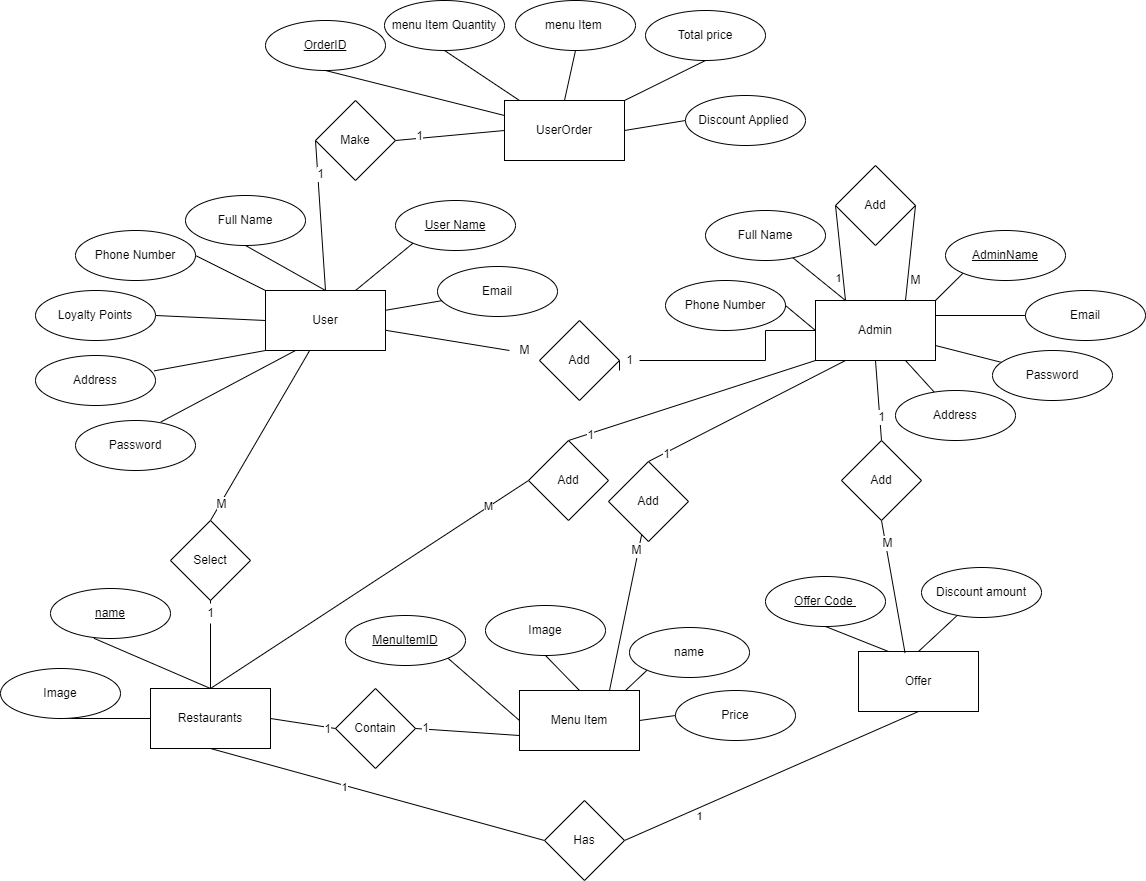
Earlier version of the draw.io export Definition/Design/High-Level/F_ERD.png (Aml-Nasser/QA_Foodies). Source tidied: cells renumbered, new cells last; positions are measured from the earlier drawing's top-left corner, leaving out a move shared by most shapes.
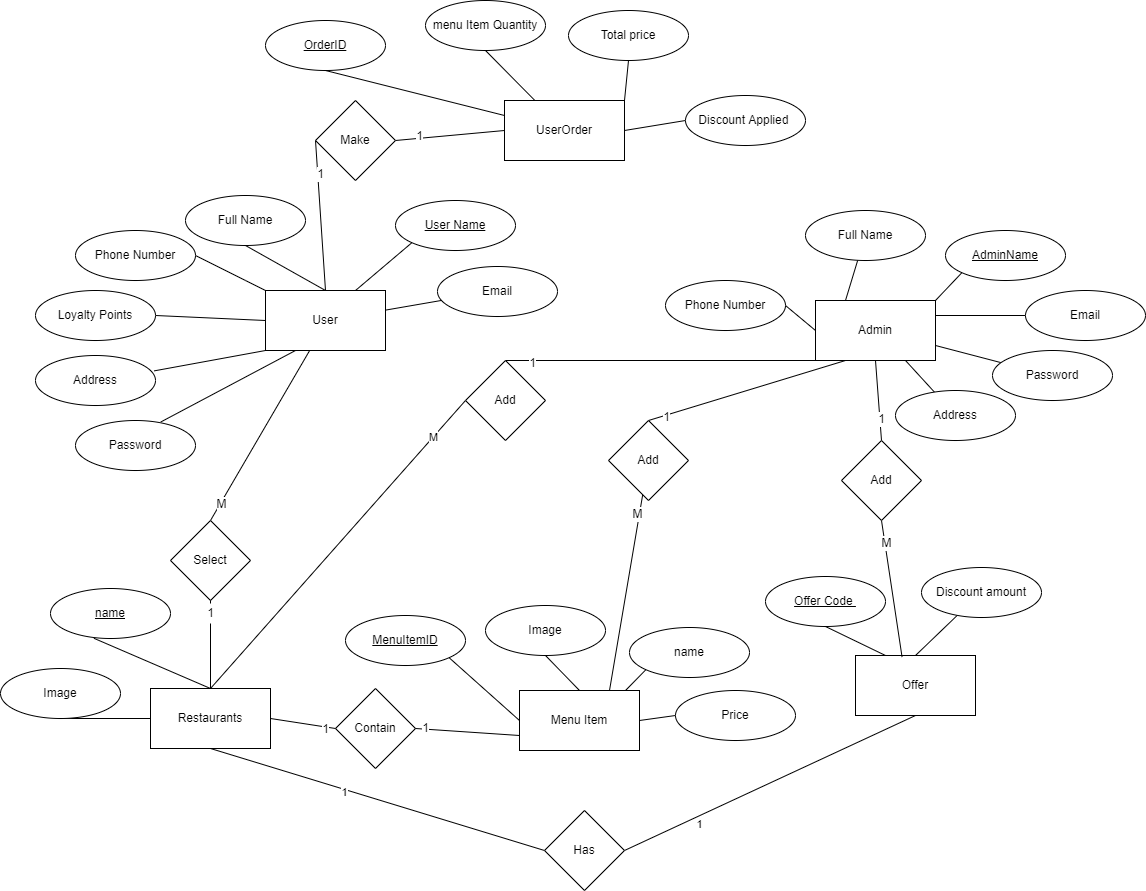
The same diagram one commit later.

The edit, as a diff of the source:
```diff
@@ -65,7 +65,7 @@
       <mxGeometry relative="1" as="geometry" />
     </mxCell>
     <mxCell id="20" value="Offer" style="rounded=0;whiteSpace=wrap;html=1;" parent="1" vertex="1">
-      <mxGeometry x="858" y="651" width="120" height="60" as="geometry" />
+      <mxGeometry x="855" y="655" width="120" height="60" as="geometry" />
     </mxCell>
     <mxCell id="21" value="Full Name" style="ellipse;whiteSpace=wrap;html=1;" parent="1" vertex="1">
       <mxGeometry x="185" y="195" width="120" height="50" as="geometry" />
@@ -113,7 +113,7 @@
       <mxGeometry x="815" y="300" width="120" height="60" as="geometry" />
     </mxCell>
     <mxCell id="36" value="Full Name" style="ellipse;whiteSpace=wrap;html=1;" parent="1" vertex="1">
-      <mxGeometry x="705" y="210" width="120" height="50" as="geometry" />
+      <mxGeometry x="805" y="210" width="120" height="50" as="geometry" />
     </mxCell>
     <mxCell id="37" value="&lt;u&gt;AdminName&lt;/u&gt;" style="ellipse;whiteSpace=wrap;html=1;" parent="1" vertex="1">
       <mxGeometry x="945" y="230" width="120" height="50" as="geometry" />
@@ -148,21 +148,6 @@
     <mxCell id="47" value="Discount amount" style="ellipse;whiteSpace=wrap;html=1;" parent="1" vertex="1">
       <mxGeometry x="921" y="567" width="120" height="50" as="geometry" />
     </mxCell>
-    <mxCell id="48" style="edgeStyle=orthogonalEdgeStyle;rounded=0;jettySize=auto;html=1;entryX=0;entryY=0.75;entryDx=0;entryDy=0;endArrow=none;endFill=0;exitX=1;exitY=0.5;exitDx=0;exitDy=0;startArrow=none;" parent="1" edge="1" source="94" target="35">
-      <mxGeometry relative="1" as="geometry">
-        <Array as="points">
-          <mxPoint x="765" y="360" />
-          <mxPoint x="765" y="330" />
-          <mxPoint x="815" y="330" />
-        </Array>
-      </mxGeometry>
-    </mxCell>
-    <mxCell id="49" style="rounded=0;jettySize=auto;html=1;endArrow=none;endFill=0;exitX=0;exitY=0.5;exitDx=0;exitDy=0;startArrow=none;" parent="1" edge="1" source="92" target="13">
-      <mxGeometry relative="1" as="geometry" />
-    </mxCell>
-    <mxCell id="50" value="Add" style="rhombus;whiteSpace=wrap;html=1;" parent="1" vertex="1">
-      <mxGeometry x="539" y="320" width="80" height="80" as="geometry" />
-    </mxCell>
     <mxCell id="51" style="edgeStyle=none;rounded=0;jettySize=auto;html=1;exitX=0.5;exitY=0;exitDx=0;exitDy=0;entryX=0.5;entryY=1;entryDx=0;entryDy=0;endArrow=none;endFill=0;" parent="1" edge="1" source="54" target="56">
       <mxGeometry relative="1" as="geometry" />
     </mxCell>
@@ -189,20 +174,6 @@
     <mxCell id="58" value="Select" style="rhombus;whiteSpace=wrap;html=1;" parent="1" vertex="1">
       <mxGeometry x="170" y="520" width="80" height="80" as="geometry" />
     </mxCell>
-    <mxCell id="59" style="edgeStyle=none;rounded=0;jettySize=auto;html=1;exitX=0;exitY=0.5;exitDx=0;exitDy=0;entryX=0.25;entryY=0;entryDx=0;entryDy=0;endArrow=none;endFill=0;" parent="1" edge="1" source="62" target="35">
-      <mxGeometry relative="1" as="geometry" />
-    </mxCell>
-    <mxCell id="60" value="1" style="edgeLabel;html=1;align=center;verticalAlign=middle;" parent="59" vertex="1">
-      <mxGeometry x="0.55" y="-6" relative="1" as="geometry">
-        <mxPoint y="-1" as="offset" />
-      </mxGeometry>
-    </mxCell>
-    <mxCell id="61" style="edgeStyle=none;rounded=0;jettySize=auto;html=1;exitX=1;exitY=0.5;exitDx=0;exitDy=0;endArrow=none;endFill=0;entryX=0.75;entryY=0;entryDx=0;entryDy=0;" parent="1" edge="1" source="62" target="35">
-      <mxGeometry relative="1" as="geometry" />
-    </mxCell>
-    <mxCell id="62" value="Add" style="rhombus;whiteSpace=wrap;html=1;" parent="1" vertex="1">
-      <mxGeometry x="835" y="165" width="80" height="80" as="geometry" />
-    </mxCell>
     <mxCell id="63" style="edgeStyle=none;rounded=0;jettySize=auto;html=1;exitX=0.5;exitY=1;exitDx=0;exitDy=0;endArrow=none;endFill=0;entryX=0.388;entryY=0.026;entryDx=0;entryDy=0;entryPerimeter=0;" parent="1" edge="1" source="65" target="20">
       <mxGeometry relative="1" as="geometry" />
     </mxCell>
@@ -237,11 +208,8 @@
       <mxGeometry x="-0.75" y="-1" relative="1" as="geometry" />
     </mxCell>
     <mxCell id="72" value="Add" style="rhombus;whiteSpace=wrap;html=1;" parent="1" vertex="1">
-      <mxGeometry x="608" y="461" width="80" height="80" as="geometry" />
+      <mxGeometry x="608" y="420" width="80" height="80" as="geometry" />
     </mxCell>
-    <mxCell id="73" style="edgeStyle=none;rounded=0;jettySize=auto;html=1;exitX=0.5;exitY=0;exitDx=0;exitDy=0;entryX=0.5;entryY=1;entryDx=0;entryDy=0;endArrow=none;endFill=0;" parent="1" edge="1" source="76" target="77">
-      <mxGeometry relative="1" as="geometry" />
-    </mxCell>
     <mxCell id="74" style="edgeStyle=none;rounded=0;jettySize=auto;html=1;exitX=1;exitY=0;exitDx=0;exitDy=0;entryX=0.5;entryY=1;entryDx=0;entryDy=0;endArrow=none;endFill=0;" parent="1" edge="1" source="76" target="78">
       <mxGeometry relative="1" as="geometry" />
     </mxCell>
@@ -253,11 +221,8 @@
     <mxCell id="76" value="UserOrder" style="rounded=0;whiteSpace=wrap;html=1;" parent="1" vertex="1">
       <mxGeometry x="504" y="100" width="120" height="60" as="geometry" />
     </mxCell>
-    <mxCell id="77" value="menu Item&amp;nbsp;" style="ellipse;whiteSpace=wrap;html=1;" parent="1" vertex="1">
-      <mxGeometry x="515" width="120" height="50" as="geometry" />
-    </mxCell>
     <mxCell id="78" value="Total price" style="ellipse;whiteSpace=wrap;html=1;" parent="1" vertex="1">
-      <mxGeometry x="645" y="10" width="120" height="50" as="geometry" />
+      <mxGeometry x="568" y="10" width="120" height="50" as="geometry" />
     </mxCell>
     <mxCell id="79" value="Discount Applied&amp;nbsp;" style="ellipse;whiteSpace=wrap;html=1;" parent="1" vertex="1">
       <mxGeometry x="685" y="95" width="120" height="50" as="geometry" />
@@ -275,7 +240,7 @@
       <mxGeometry relative="1" as="geometry" />
     </mxCell>
     <mxCell id="84" value="menu Item Quantity" style="ellipse;whiteSpace=wrap;html=1;" parent="1" vertex="1">
-      <mxGeometry x="384" width="120" height="50" as="geometry" />
+      <mxGeometry x="425" width="120" height="50" as="geometry" />
     </mxCell>
     <mxCell id="85" style="edgeStyle=none;rounded=0;jettySize=auto;html=1;exitX=1;exitY=0.5;exitDx=0;exitDy=0;entryX=0;entryY=0.5;entryDx=0;entryDy=0;endArrow=none;endFill=0;" parent="1" edge="1" source="54" target="86">
       <mxGeometry relative="1" as="geometry" />
@@ -302,27 +267,12 @@
         <mxPoint x="-13" as="offset" />
       </mxGeometry>
     </mxCell>
-    <mxCell id="92" value="M" style="text;html=1;align=center;verticalAlign=middle;points=[];strokeColor=none;fillColor=none;" parent="1" vertex="1">
-      <mxGeometry x="509" y="340" width="30" height="20" as="geometry" />
-    </mxCell>
-    <mxCell id="93" style="rounded=0;jettySize=auto;html=1;endArrow=none;endFill=0;exitX=0;exitY=0.5;exitDx=0;exitDy=0;" parent="1" edge="1" source="50" target="92">
-      <mxGeometry relative="1" as="geometry" />
-    </mxCell>
-    <mxCell id="94" value="1" style="text;html=1;align=center;verticalAlign=middle;points=[];strokeColor=none;fillColor=none;" parent="1" vertex="1">
-      <mxGeometry x="619" y="350" width="20" height="20" as="geometry" />
-    </mxCell>
-    <mxCell id="95" style="edgeStyle=orthogonalEdgeStyle;rounded=0;jettySize=auto;html=1;entryX=0;entryY=1;entryDx=0;entryDy=0;endArrow=none;endFill=0;exitX=1;exitY=0.5;exitDx=0;exitDy=0;" parent="1" edge="1" source="50" target="94">
-      <mxGeometry relative="1" as="geometry" />
-    </mxCell>
     <mxCell id="96" value="1" style="text;html=1;align=center;verticalAlign=middle;points=[];strokeColor=none;fillColor=none;" parent="1" vertex="1">
       <mxGeometry x="200" y="603" width="20" height="20" as="geometry" />
     </mxCell>
     <mxCell id="97" style="edgeStyle=none;rounded=0;jettySize=auto;html=1;exitX=0.5;exitY=1;exitDx=0;exitDy=0;endArrow=none;endFill=0;" parent="1" edge="1" source="58" target="96">
       <mxGeometry relative="1" as="geometry" />
     </mxCell>
-    <mxCell id="98" value="M&lt;br&gt;" style="text;html=1;align=center;verticalAlign=middle;strokeColor=none;fillColor=none;" parent="1" vertex="1">
-      <mxGeometry x="900" y="270" width="30" height="20" as="geometry" />
-    </mxCell>
     <mxCell id="99" value="&lt;u&gt;MenuItemID&lt;/u&gt;" style="ellipse;whiteSpace=wrap;html=1;" parent="1" vertex="1">
       <mxGeometry x="345" y="615" width="120" height="50" as="geometry" />
     </mxCell>
@@ -341,7 +291,7 @@
       </mxGeometry>
     </mxCell>
     <mxCell id="104" value="Add" style="rhombus;whiteSpace=wrap;html=1;" parent="1" vertex="1">
-      <mxGeometry x="528" y="440" width="80" height="80" as="geometry" />
+      <mxGeometry x="465" y="360" width="80" height="80" as="geometry" />
     </mxCell>
     <mxCell id="105" style="edgeStyle=none;rounded=0;jettySize=auto;html=1;exitX=1;exitY=0.5;exitDx=0;exitDy=0;entryX=0.5;entryY=1;entryDx=0;entryDy=0;endArrow=none;endFill=0;" parent="1" edge="1" source="107" target="20">
       <mxGeometry relative="1" as="geometry" />
@@ -350,7 +300,7 @@
       <mxGeometry x="-0.51" y="-7" relative="1" as="geometry" />
     </mxCell>
     <mxCell id="107" value="Has" style="rhombus;whiteSpace=wrap;html=1;" parent="1" vertex="1">
-      <mxGeometry x="544" y="800" width="80" height="80" as="geometry" />
+      <mxGeometry x="544" y="810" width="80" height="80" as="geometry" />
     </mxCell>
   </root>
 </mxGraphModel>
```
